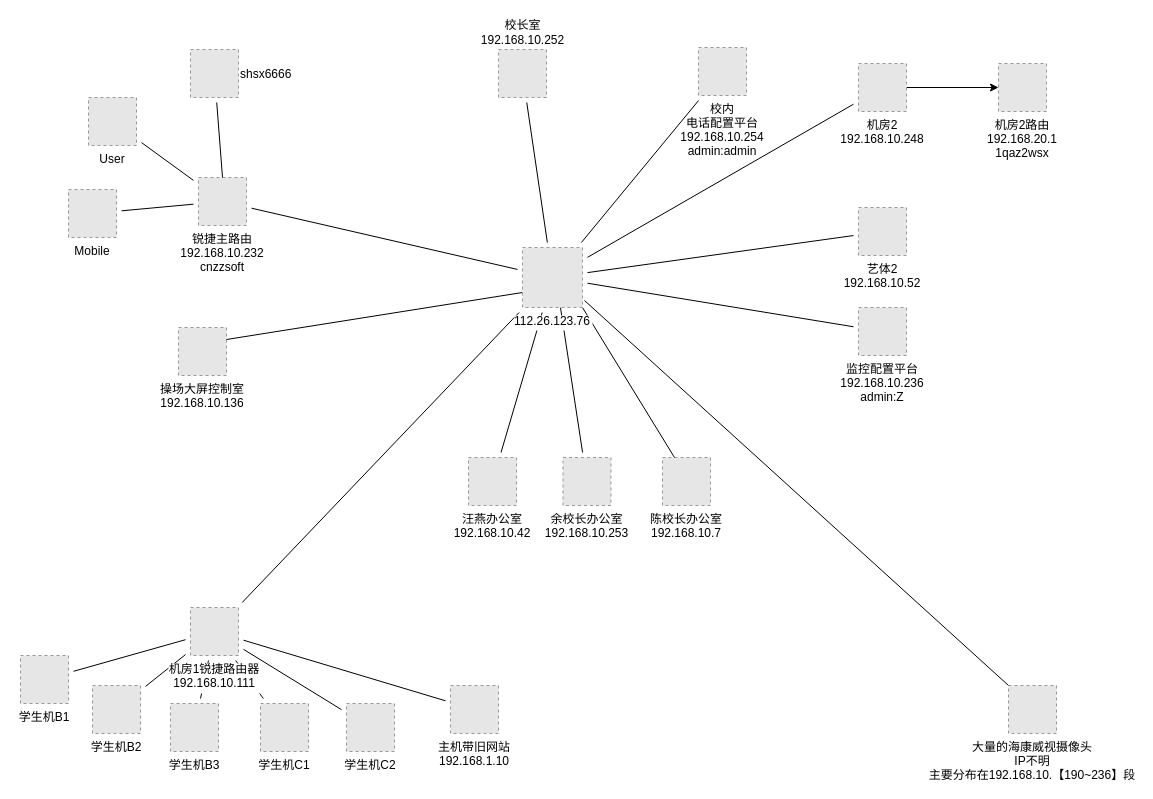
Above: aqsh3x-newwork.drawio in jarodlee/aqsh3x (draw.io), before the change. Source tidied: cells renumbered, new cells numbered last; positions are measured from the earlier drawing's top-left corner, leaving out a move shared by most shapes. Both pictures are drawn from the tidied source at 100%, with x=0, y=0 at pixel (20, 47). Pictures stored in the file or linked from it are replaced by grey dashed boxes.
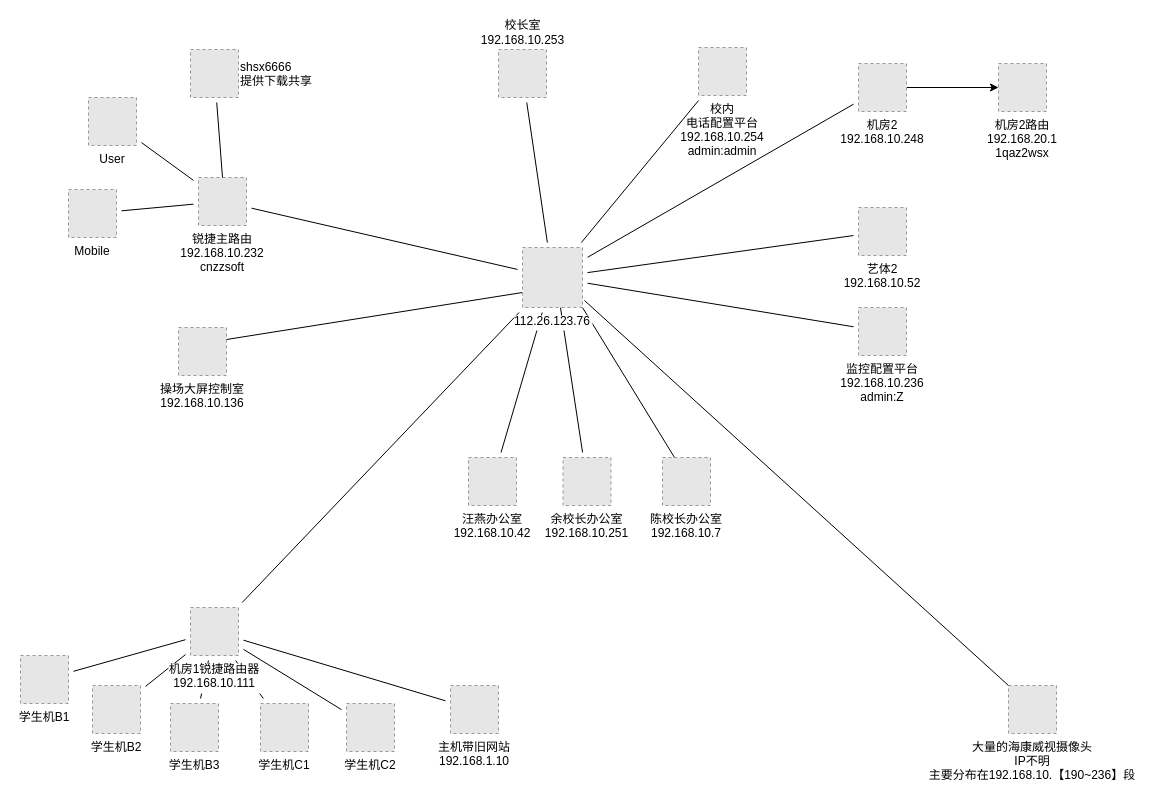
The same diagram, later.

Commit message:
校内共享服务搭建完成

Diff of the diagram source:
```diff
@@
-    <mxCell id="32" value="shsx6666" style="fillColor=#E6E6E6;strokeColor=#999999;dashed=1;verticalLabelPosition=middle;verticalAlign=middle;labelPosition=right;align=left;" parent="1" vertex="1">
+    <mxCell id="32" value="shsx6666&#10;提供下载共享" style="fillColor=#E6E6E6;strokeColor=#999999;dashed=1;verticalLabelPosition=middle;verticalAlign=middle;labelPosition=right;align=left;" parent="1" vertex="1">
       <mxGeometry x="170" y="2" width="48" height="48" as="geometry" />
     </mxCell>
@@
-    <mxCell id="38" value="余校长办公室&#10;192.168.10.253" style="fillColor=#E6E6E6;strokeColor=#999999;dashed=1;verticalLabelPosition=bottom;verticalAlign=top;fontFamily=Helvetica;fontSize=12;fontColor=default;align=center;" parent="1" vertex="1">
+    <mxCell id="38" value="余校长办公室&#10;192.168.10.251" style="fillColor=#E6E6E6;strokeColor=#999999;dashed=1;verticalLabelPosition=bottom;verticalAlign=top;fontFamily=Helvetica;fontSize=12;fontColor=default;align=center;" parent="1" vertex="1">
       <mxGeometry x="542.5" y="410" width="48" height="48" as="geometry" />
     </mxCell>
@@
-    <mxCell id="46" value="校长室&lt;br&gt;192.168.10.252" style="fillColor=#E6E6E6;strokeColor=#999999;dashed=1;verticalLabelPosition=top;verticalAlign=bottom;fontFamily=Helvetica;fontSize=12;fontColor=default;align=center;html=1;labelPosition=center;" parent="1" vertex="1">
+    <mxCell id="46" value="校长室&lt;br&gt;192.168.10.253" style="fillColor=#E6E6E6;strokeColor=#999999;dashed=1;verticalLabelPosition=top;verticalAlign=bottom;fontFamily=Helvetica;fontSize=12;fontColor=default;align=center;html=1;labelPosition=center;" parent="1" vertex="1">
       <mxGeometry x="478" y="2" width="48" height="48" as="geometry" />
     </mxCell>
```
